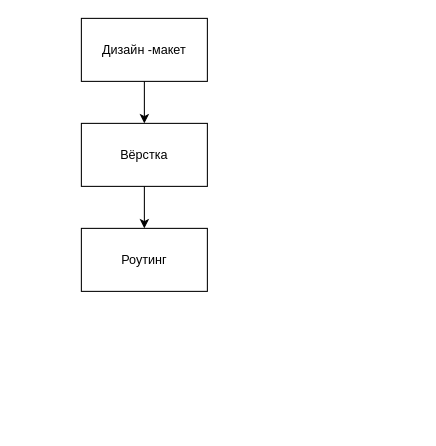
This is page "Этапы создания проекта" (4 of 5) of TictacToe.drawio from OlegRnd/tic-tac-toe, a draw.io file, before an edit. Source tidied: cells renumbered, new cells numbered last; positions are measured from the earlier drawing's top-left corner, leaving out a move shared by most shapes. Both pictures are drawn from the tidied source at 105%, with x=0, y=0 at pixel (81, 18).
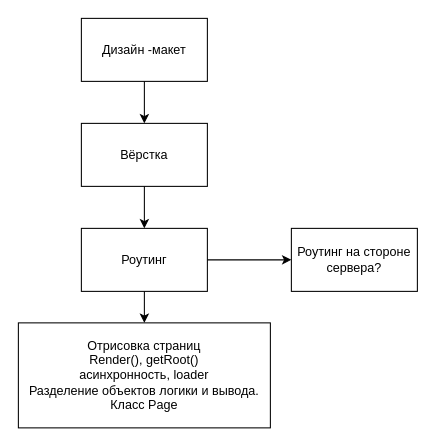
The same page after the edit.

The edit, as a diff of the source:
```diff
@@
 <mxGraphModel>
   <root>
     <mxCell id="0" />
     <mxCell id="1" parent="0" />
     <mxCell id="2" style="edgeStyle=orthogonalEdgeStyle;rounded=0;jettySize=auto;html=1;" parent="1" edge="1" source="3" target="5">
       <mxGeometry relative="1" as="geometry" />
     </mxCell>
     <mxCell id="3" value="Дизайн -макет" style="rounded=0;whiteSpace=wrap;html=1;fillColor=none;" parent="1" vertex="1">
       <mxGeometry width="120" height="60" as="geometry" />
     </mxCell>
     <mxCell id="4" style="edgeStyle=orthogonalEdgeStyle;rounded=0;jettySize=auto;html=1;" parent="1" edge="1" source="5" target="6">
       <mxGeometry relative="1" as="geometry" />
     </mxCell>
     <mxCell id="5" value="Вёрстка" style="rounded=0;whiteSpace=wrap;html=1;fillColor=none;" parent="1" vertex="1">
       <mxGeometry y="100" width="120" height="60" as="geometry" />
     </mxCell>
+    <mxCell id="7" style="edgeStyle=orthogonalEdgeStyle;rounded=0;jettySize=auto;html=1;" parent="1" edge="1" source="6" target="9">
+      <mxGeometry relative="1" as="geometry" />
+    </mxCell>
+    <mxCell id="8" style="edgeStyle=orthogonalEdgeStyle;rounded=0;jettySize=auto;html=1;" parent="1" edge="1" source="6" target="10">
+      <mxGeometry relative="1" as="geometry" />
+    </mxCell>
     <mxCell id="6" value="Роутинг" style="rounded=0;whiteSpace=wrap;html=1;fillColor=none;" parent="1" vertex="1">
       <mxGeometry y="200" width="120" height="60" as="geometry" />
     </mxCell>
+    <mxCell id="9" value="Отрисовка страниц&lt;br&gt;Render(), getRoot()&lt;br&gt;асинхронность, loader&lt;br&gt;Разделение объектов логики и вывода. Класc Page" style="whiteSpace=wrap;html=1;rounded=0;fillColor=none;" parent="1" vertex="1">
+      <mxGeometry x="-60" y="290" width="240" height="100" as="geometry" />
+    </mxCell>
+    <mxCell id="10" value="Роутинг на стороне сервера?" style="rounded=0;whiteSpace=wrap;html=1;fillColor=none;" parent="1" vertex="1">
+      <mxGeometry x="200" y="200" width="120" height="60" as="geometry" />
+    </mxCell>
   </root>
 </mxGraphModel>
```
